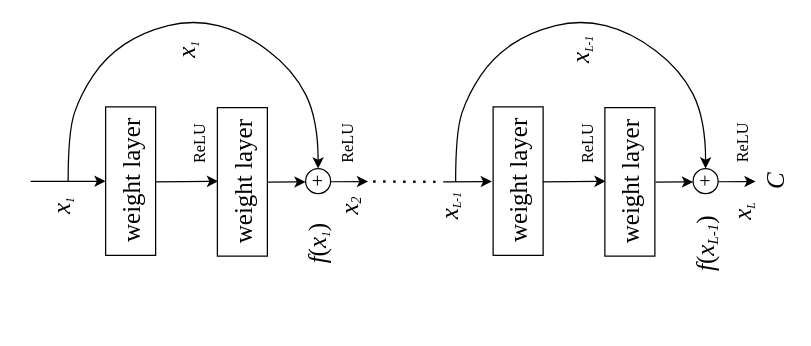
This is resnet堆叠.drawio from zjie134/blog_pic, a draw.io file, before an edit. Source tidied: cells renumbered, new cells numbered last; positions are measured from the earlier drawing's top-left corner, leaving out a move shared by most shapes. Both pictures are drawn from the tidied source at 125%, with x=0, y=0 at pixel (30, 19).
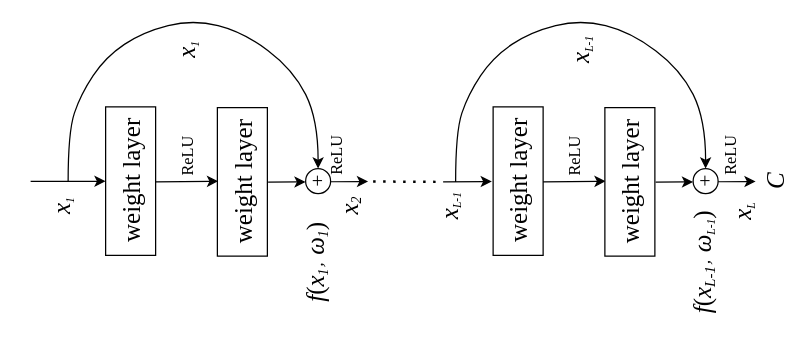
Above is the later version.

What changed in the source:
```diff
@@
     <mxCell id="5" value="&lt;font face=&quot;Times New Roman&quot; style=&quot;font-size: 13px&quot;&gt;ReLU&lt;/font&gt;" style="text;html=1;align=center;verticalAlign=middle;fillColor=none;strokeColor=none;rounded=0;rotation=-90;" parent="1" vertex="1">
-      <mxGeometry x="110" y="90" width="50" height="20" as="geometry" />
+      <mxGeometry x="100" y="100" width="50" height="20" as="geometry" />
     </mxCell>
-    <mxCell id="6" value="&lt;font face=&quot;Times New Roman&quot;&gt;&lt;font style=&quot;font-size: 20px ; font-style: italic&quot;&gt;f&lt;/font&gt;&lt;span style=&quot;font-size: 20px&quot;&gt;(&lt;/span&gt;&lt;font&gt;&lt;i&gt;&lt;span style=&quot;font-size: 20px&quot;&gt;x&lt;/span&gt;&lt;font style=&quot;font-size: 11px&quot;&gt;&lt;sub&gt;1&lt;/sub&gt;&lt;/font&gt;&lt;/i&gt;&lt;/font&gt;&lt;span style=&quot;font-size: 20px&quot;&gt;)&lt;/span&gt;&lt;/font&gt;" style="text;html=1;align=center;verticalAlign=middle;fillColor=none;strokeColor=none;rounded=0;rotation=-90;" parent="1" vertex="1">
-      <mxGeometry x="205" y="165" width="50" height="30" as="geometry" />
+    <mxCell id="6" value="&lt;font face=&quot;Times New Roman&quot;&gt;&lt;font style=&quot;font-size: 20px ; font-style: italic&quot;&gt;f&lt;/font&gt;&lt;span style=&quot;font-size: 20px&quot;&gt;(&lt;/span&gt;&lt;font&gt;&lt;i&gt;&lt;span style=&quot;font-size: 20px&quot;&gt;x&lt;/span&gt;&lt;font&gt;&lt;sub style=&quot;font-size: 11px&quot;&gt;1&lt;/sub&gt;&lt;span style=&quot;font-size: 11px&quot;&gt;，&lt;/span&gt;&lt;font style=&quot;font-size: 20px&quot;&gt;ω&lt;/font&gt;&lt;sub style=&quot;font-size: 11px&quot;&gt;1&lt;/sub&gt;&lt;/font&gt;&lt;/i&gt;&lt;/font&gt;&lt;span style=&quot;font-size: 20px&quot;&gt;)&lt;/span&gt;&lt;/font&gt;" style="text;html=1;align=center;verticalAlign=middle;fillColor=none;strokeColor=none;rounded=0;rotation=-90;" parent="1" vertex="1">
+      <mxGeometry x="188" y="180" width="80" height="30" as="geometry" />
     </mxCell>
@@
     <mxCell id="17" value="&lt;font face=&quot;Times New Roman&quot; style=&quot;font-size: 13px&quot;&gt;ReLU&lt;/font&gt;" style="text;html=1;align=center;verticalAlign=middle;fillColor=none;strokeColor=none;rounded=0;rotation=-90;" parent="1" vertex="1">
-      <mxGeometry x="420" y="90" width="50" height="20" as="geometry" />
+      <mxGeometry x="410" y="100" width="50" height="20" as="geometry" />
     </mxCell>
-    <mxCell id="18" value="&lt;font face=&quot;Times New Roman&quot;&gt;&lt;font style=&quot;font-size: 20px ; font-style: italic&quot;&gt;f&lt;/font&gt;&lt;span style=&quot;font-size: 20px&quot;&gt;(&lt;/span&gt;&lt;font&gt;&lt;i&gt;&lt;span style=&quot;font-size: 20px&quot;&gt;x&lt;/span&gt;&lt;sub&gt;&lt;font style=&quot;font-size: 12px&quot;&gt;L-1&lt;/font&gt;&lt;/sub&gt;&lt;/i&gt;&lt;/font&gt;&lt;/font&gt;&lt;font face=&quot;Times New Roman&quot;&gt;&lt;span style=&quot;font-size: 20px&quot;&gt;)&lt;/span&gt;&lt;/font&gt;" style="text;html=1;align=center;verticalAlign=middle;fillColor=none;strokeColor=none;rounded=0;rotation=-90;" parent="1" vertex="1">
-      <mxGeometry x="510" y="165" width="60" height="30" as="geometry" />
+    <mxCell id="18" value="&lt;font face=&quot;Times New Roman&quot;&gt;&lt;font style=&quot;font-size: 20px ; font-style: italic&quot;&gt;f&lt;/font&gt;&lt;span style=&quot;font-size: 20px&quot;&gt;(&lt;/span&gt;&lt;font&gt;&lt;i&gt;&lt;span style=&quot;font-size: 20px&quot;&gt;x&lt;/span&gt;&lt;sub&gt;&lt;font style=&quot;font-size: 12px&quot;&gt;L-1&lt;/font&gt;&lt;/sub&gt;&lt;/i&gt;&lt;/font&gt;&lt;/font&gt;&lt;i style=&quot;font-family: &amp;#34;times new roman&amp;#34;&quot;&gt;&lt;span style=&quot;font-size: 11px&quot;&gt;，&lt;/span&gt;&lt;font style=&quot;font-size: 20px&quot;&gt;ω&lt;/font&gt;&lt;font style=&quot;font-size: 11px&quot;&gt;&lt;sub&gt;L-1&lt;/sub&gt;&lt;/font&gt;&lt;/i&gt;&lt;font face=&quot;Times New Roman&quot;&gt;&lt;span style=&quot;font-size: 20px&quot;&gt;)&lt;/span&gt;&lt;/font&gt;" style="text;html=1;align=center;verticalAlign=middle;fillColor=none;strokeColor=none;rounded=0;rotation=-90;" parent="1" vertex="1">
+      <mxGeometry x="488" y="180" width="100" height="30" as="geometry" />
     </mxCell>
@@
     <mxCell id="27" value="&lt;font face=&quot;Times New Roman&quot; style=&quot;font-size: 13px&quot;&gt;ReLU&lt;/font&gt;" style="text;html=1;align=center;verticalAlign=middle;fillColor=none;strokeColor=none;rounded=0;rotation=-90;" parent="1" vertex="1">
-      <mxGeometry x="228.8" y="90" width="50" height="20" as="geometry" />
+      <mxGeometry x="220" y="99.4" width="50" height="20" as="geometry" />
     </mxCell>
     <mxCell id="28" value="&lt;font face=&quot;Times New Roman&quot; style=&quot;font-size: 13px&quot;&gt;ReLU&lt;/font&gt;" style="text;html=1;align=center;verticalAlign=middle;fillColor=none;strokeColor=none;rounded=0;rotation=-90;" parent="1" vertex="1">
-      <mxGeometry x="545" y="89.4" width="50" height="20" as="geometry" />
+      <mxGeometry x="535" y="99.4" width="50" height="20" as="geometry" />
     </mxCell>
```
